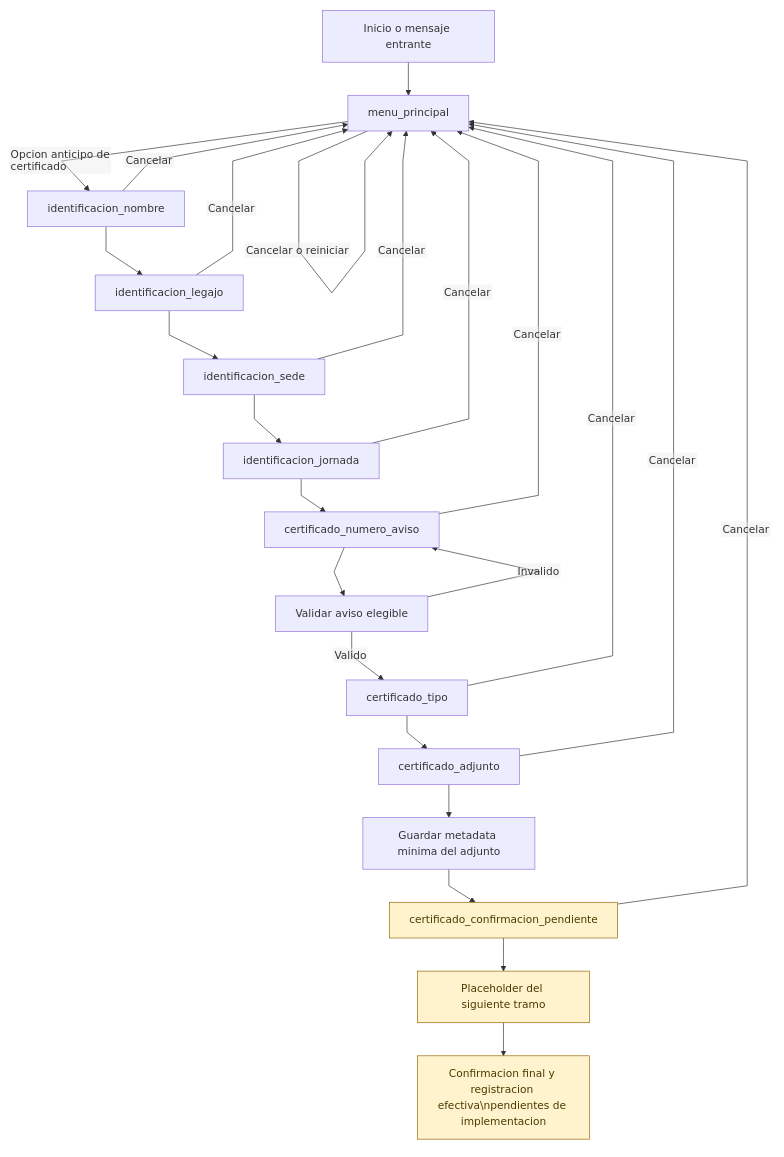
This is docs/diagrams/rendered/flows/anticipo-certificado.png from martin-garay/unlu_medicina_laboral, a Mermaid export, as it was before one commit. Its source is kept beside it as docs/diagrams/flows/anticipo-certificado.mmd. Source of this version:
```mermaid
flowchart TD
    A[Inicio o mensaje entrante] --> B[menu_principal]
    B -->|Opcion anticipo de certificado| C[identificacion_nombre]
    B -->|Cancelar o reiniciar| B
    C --> D[identificacion_legajo]
    D --> E[identificacion_sede]
    E --> F[identificacion_jornada]
    F --> G[certificado_numero_aviso]
    G --> H[Validar aviso elegible]
    H -->|Valido| I[certificado_tipo]
    H -->|Invalido| G
    I --> J[certificado_adjunto]
    J --> K[Guardar metadata minima del adjunto]
    K --> L[certificado_confirmacion_pendiente]
    L --> M[Placeholder del siguiente tramo]
    M --> N[Confirmacion final y registracion efectiva\npendientes de implementacion]
    C -->|Cancelar| B
    D -->|Cancelar| B
    E -->|Cancelar| B
    F -->|Cancelar| B
    G -->|Cancelar| B
    I -->|Cancelar| B
    J -->|Cancelar| B
    L -->|Cancelar| B

    classDef future fill:#fff3cd,stroke:#946200,color:#4a3a00;
    class L,M,N future;
```
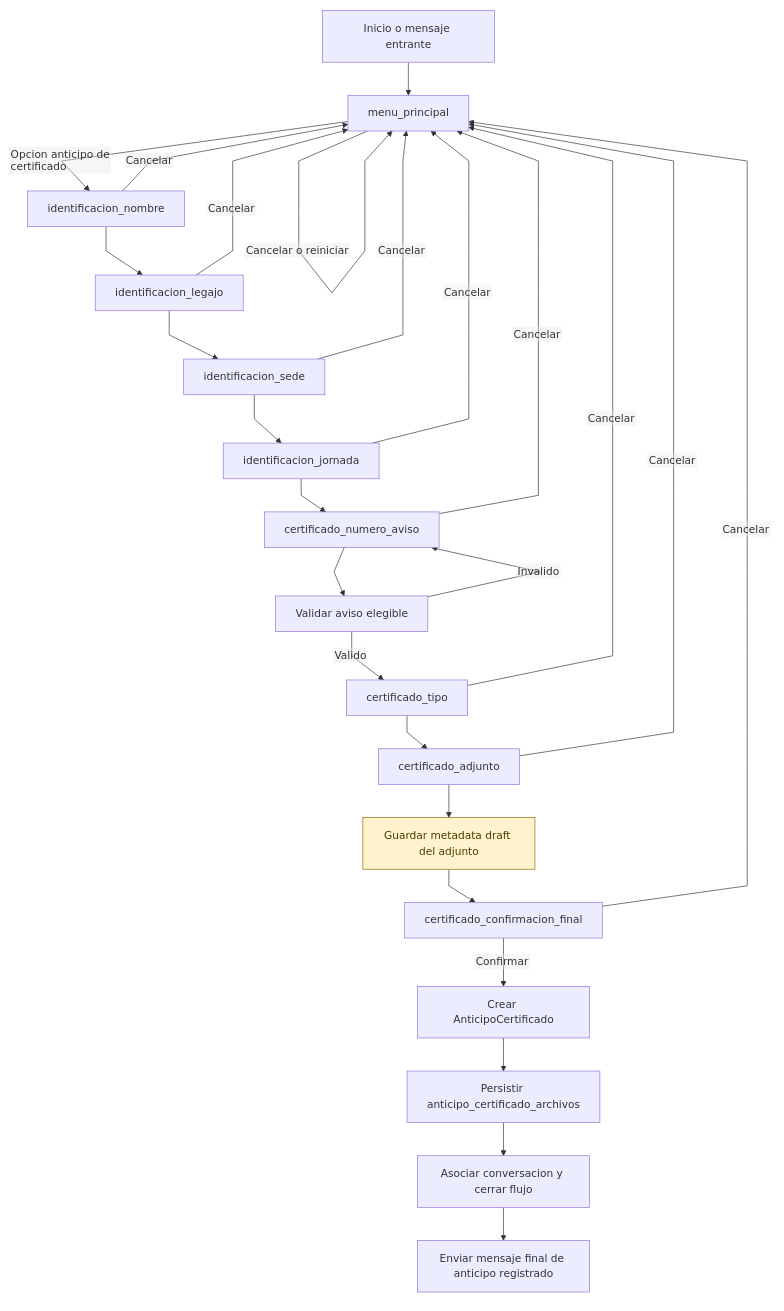
The same file after the commit.

Change to the diagram source:
```diff
@@ -10,10 +10,12 @@
     H -->|Valido| I[certificado_tipo]
     H -->|Invalido| G
     I --> J[certificado_adjunto]
-    J --> K[Guardar metadata minima del adjunto]
-    K --> L[certificado_confirmacion_pendiente]
-    L --> M[Placeholder del siguiente tramo]
-    M --> N[Confirmacion final y registracion efectiva\npendientes de implementacion]
+    J --> K[Guardar metadata draft del adjunto]
+    K --> L[certificado_confirmacion_final]
+    L -->|Confirmar| M[Crear AnticipoCertificado]
+    M --> N[Persistir anticipo_certificado_archivos]
+    N --> O[Asociar conversacion y cerrar flujo]
+    O --> P[Enviar mensaje final de anticipo registrado]
     C -->|Cancelar| B
     D -->|Cancelar| B
     E -->|Cancelar| B
@@ -24,4 +26,4 @@
     L -->|Cancelar| B
 
     classDef future fill:#fff3cd,stroke:#946200,color:#4a3a00;
-    class L,M,N future;
+    class K future;
```
